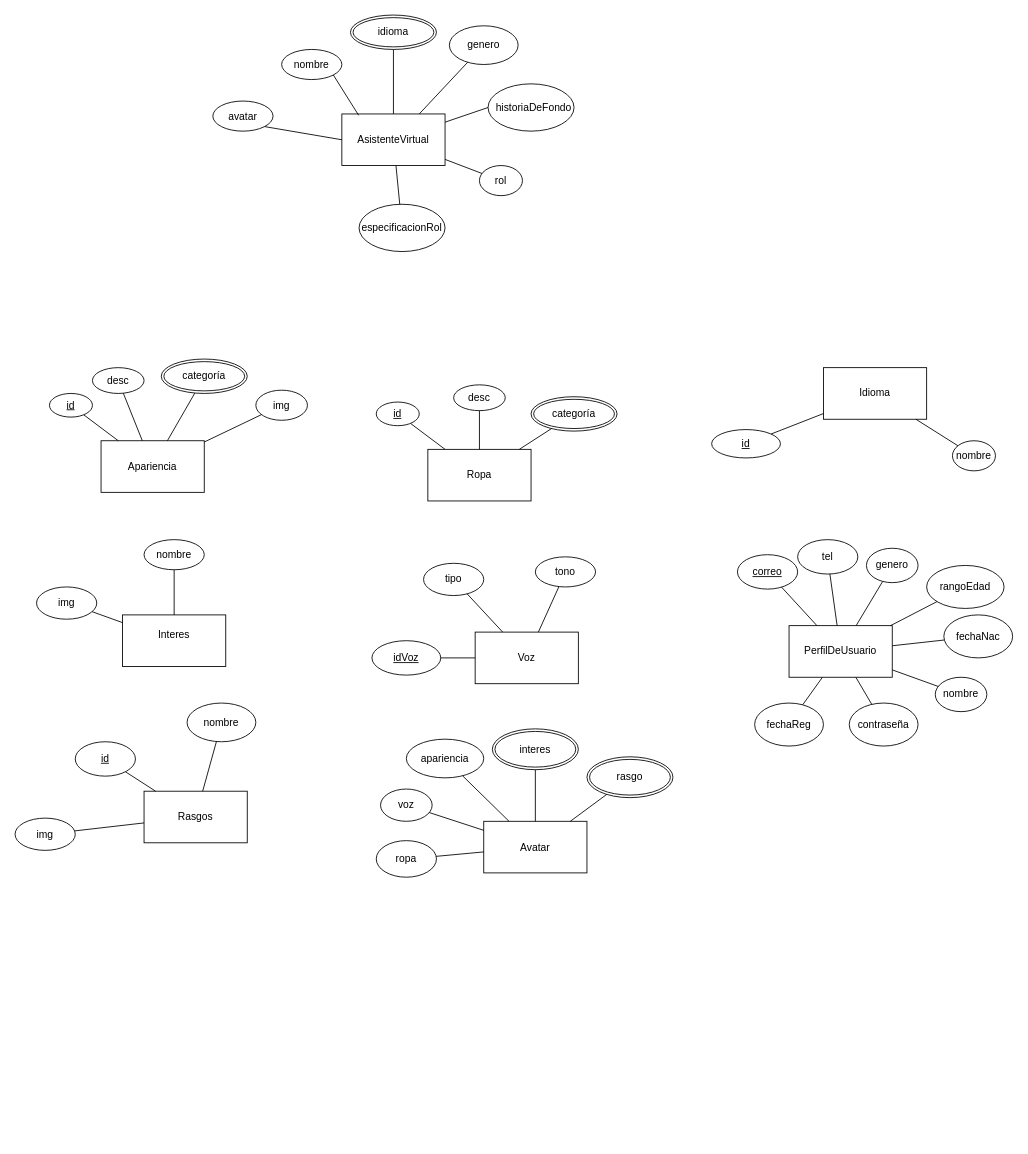
This is Untitled Diagram.drawio from guicod3r/codeFacultad, a draw.io file, before an edit. Source tidied: cells renumbered, new cells numbered last; positions are measured from the earlier drawing's top-left corner, leaving out a move shared by most shapes. Both pictures are drawn from the tidied source at 86%, with x=0, y=0 at pixel (15, 15).
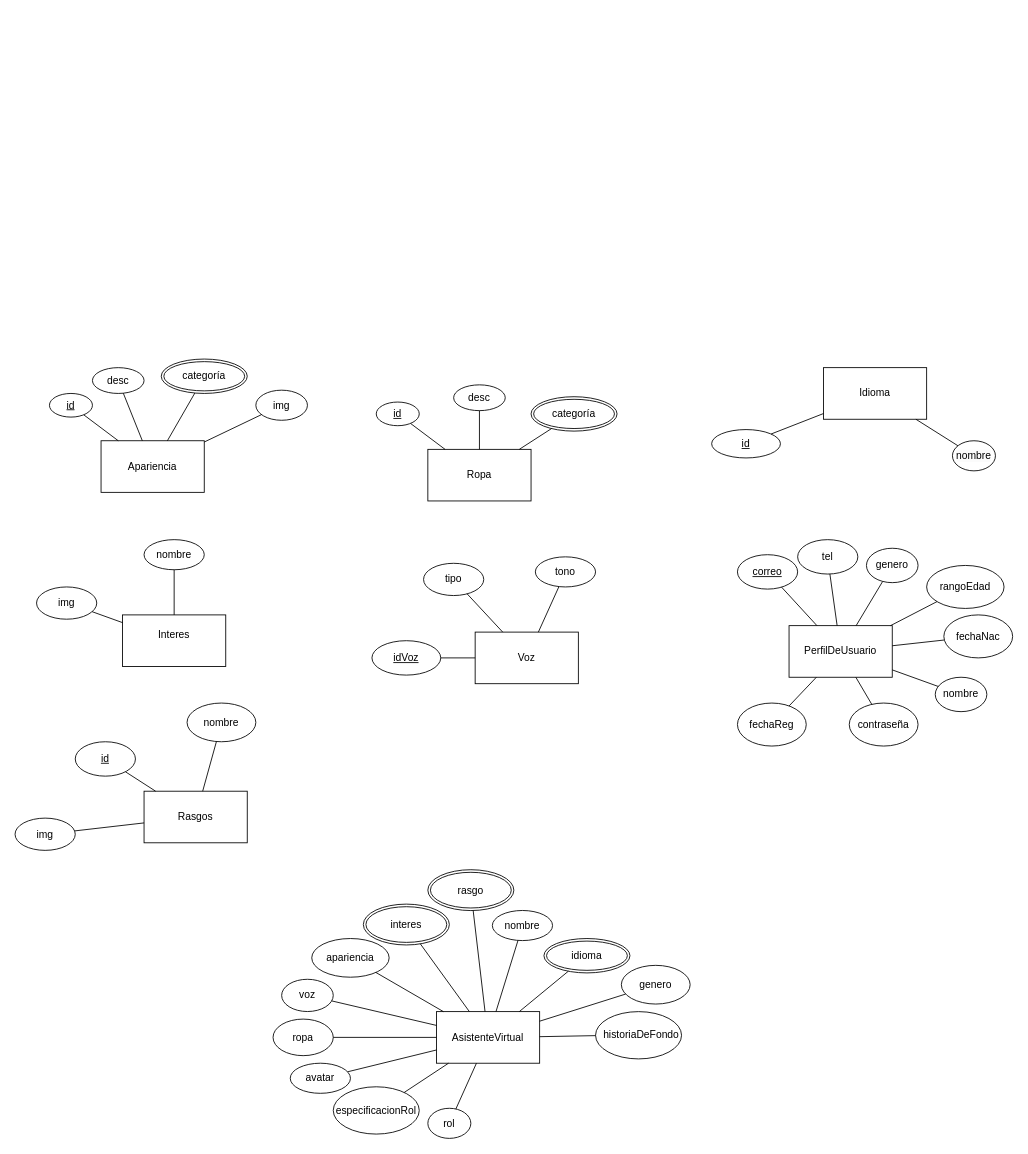
The same diagram, later.

What changed in the source:
```diff
@@
     <mxCell id="7" value="fechaReg" style="ellipse;whiteSpace=wrap;html=1;" parent="1" vertex="1">
-      <mxGeometry x="860" y="800" width="80" height="50" as="geometry" />
+      <mxGeometry x="840" y="800" width="80" height="50" as="geometry" />
     </mxCell>
@@
     <mxCell id="18" value="AsistenteVirtual" style="rounded=0;whiteSpace=wrap;html=1;" parent="1" vertex="1">
-      <mxGeometry x="380" y="115" width="120" height="60" as="geometry" />
+      <mxGeometry x="490" y="1158.8" width="120" height="60" as="geometry" />
     </mxCell>
     <mxCell id="19" value="nombre" style="ellipse;whiteSpace=wrap;html=1;" parent="1" vertex="1">
-      <mxGeometry x="310" y="40" width="70" height="35" as="geometry" />
+      <mxGeometry x="555" y="1041.2" width="70" height="35" as="geometry" />
     </mxCell>
     <mxCell id="20" value="especificacionRol" style="ellipse;whiteSpace=wrap;html=1;" parent="1" vertex="1">
-      <mxGeometry x="400" y="220" width="100" height="55" as="geometry" />
+      <mxGeometry x="370" y="1246.2" width="100" height="55" as="geometry" />
     </mxCell>
     <mxCell id="21" value="rol" style="ellipse;whiteSpace=wrap;html=1;" parent="1" vertex="1">
-      <mxGeometry x="540" y="175" width="50" height="35" as="geometry" />
+      <mxGeometry x="480" y="1271.2" width="50" height="35" as="geometry" />
     </mxCell>
-    <mxCell id="22" style="rounded=0;jettySize=auto;html=1;exitX=1;exitY=1;exitDx=0;exitDy=0;entryX=0;entryY=0.5;entryDx=0;entryDy=0;endArrow=none;endFill=0;" parent="1" edge="1" source="23" target="18">
+    <mxCell id="22" style="rounded=0;jettySize=auto;html=1;endArrow=none;endFill=0;" parent="1" edge="1" source="23" target="18">
       <mxGeometry relative="1" as="geometry" />
     </mxCell>
     <mxCell id="23" value="avatar" style="ellipse;whiteSpace=wrap;html=1;" parent="1" vertex="1">
-      <mxGeometry x="230" y="100" width="70" height="35" as="geometry" />
+      <mxGeometry x="320" y="1218.8" width="70" height="35" as="geometry" />
     </mxCell>
     <mxCell id="24" value="&amp;nbsp; historiaDeFondo" style="ellipse;whiteSpace=wrap;html=1;" parent="1" vertex="1">
-      <mxGeometry x="550" y="80" width="100" height="55" as="geometry" />
+      <mxGeometry x="675" y="1158.8" width="100" height="55" as="geometry" />
     </mxCell>
     <mxCell id="25" value="genero" style="ellipse;whiteSpace=wrap;html=1;" parent="1" vertex="1">
-      <mxGeometry x="505" y="12.5" width="80" height="45" as="geometry" />
+      <mxGeometry x="705" y="1105" width="80" height="45" as="geometry" />
     </mxCell>
-    <mxCell id="26" style="rounded=0;jettySize=auto;html=1;exitX=1;exitY=1;exitDx=0;exitDy=0;entryX=0.163;entryY=0.027;entryDx=0;entryDy=0;entryPerimeter=0;endArrow=none;endFill=0;" parent="1" edge="1" source="19" target="18">
+    <mxCell id="26" style="rounded=0;jettySize=auto;html=1;endArrow=none;endFill=0;" parent="1" edge="1" source="19" target="18">
       <mxGeometry relative="1" as="geometry" />
     </mxCell>
-    <mxCell id="27" style="rounded=0;jettySize=auto;html=1;endArrow=none;endFill=0;entryX=0.75;entryY=0;entryDx=0;entryDy=0;" parent="1" edge="1" source="25" target="18">
+    <mxCell id="27" style="rounded=0;jettySize=auto;html=1;endArrow=none;endFill=0;" parent="1" edge="1" source="25" target="18">
       <mxGeometry relative="1" as="geometry" />
     </mxCell>
-    <mxCell id="28" style="rounded=0;jettySize=auto;html=1;endArrow=none;endFill=0;exitX=0;exitY=0.5;exitDx=0;exitDy=0;" parent="1" edge="1" source="24" target="18">
+    <mxCell id="28" style="rounded=0;jettySize=auto;html=1;endArrow=none;endFill=0;" parent="1" edge="1" source="24" target="18">
       <mxGeometry relative="1" as="geometry" />
     </mxCell>
@@
     <mxCell id="31" value="idioma" style="ellipse;shape=doubleEllipse;margin=3;whiteSpace=wrap;html=1;align=center;" parent="1" vertex="1">
-      <mxGeometry x="390" width="100" height="40" as="geometry" />
+      <mxGeometry x="615" y="1073.8" width="100" height="40" as="geometry" />
     </mxCell>
@@
-    <mxCell id="44" value="Avatar" style="rounded=0;whiteSpace=wrap;html=1;" parent="1" vertex="1">
-      <mxGeometry x="545" y="937.5" width="120" height="60" as="geometry" />
-    </mxCell>
     <mxCell id="45" value="voz" style="ellipse;whiteSpace=wrap;html=1;" parent="1" vertex="1">
-      <mxGeometry x="425" y="900" width="60" height="37.5" as="geometry" />
+      <mxGeometry x="310" y="1121.2" width="60" height="37.5" as="geometry" />
     </mxCell>
     <mxCell id="46" value="apariencia" style="ellipse;whiteSpace=wrap;html=1;" parent="1" vertex="1">
-      <mxGeometry x="455" y="842" width="90" height="45" as="geometry" />
+      <mxGeometry x="345" y="1073.8" width="90" height="45" as="geometry" />
     </mxCell>
     <mxCell id="47" value="ropa" style="ellipse;whiteSpace=wrap;html=1;" parent="1" vertex="1">
-      <mxGeometry x="420" y="960" width="70" height="42.5" as="geometry" />
+      <mxGeometry x="300" y="1167.5" width="70" height="42.5" as="geometry" />
     </mxCell>
-    <mxCell id="48" style="rounded=0;jettySize=auto;html=1;endArrow=none;endFill=0;" parent="1" edge="1" source="44" target="47">
+    <mxCell id="48" style="rounded=0;jettySize=auto;html=1;endArrow=none;endFill=0;" parent="1" edge="1" source="18" target="47">
       <mxGeometry relative="1" as="geometry" />
     </mxCell>
     <mxCell id="49" value="interes" style="ellipse;shape=doubleEllipse;margin=3;whiteSpace=wrap;html=1;align=center;" parent="1" vertex="1">
-      <mxGeometry x="555" y="830" width="100" height="47.5" as="geometry" />
+      <mxGeometry x="405" y="1033.8" width="100" height="47.5" as="geometry" />
     </mxCell>
-    <mxCell id="50" style="rounded=0;jettySize=auto;html=1;endArrow=none;endFill=0;" parent="1" edge="1" source="49" target="44">
+    <mxCell id="50" style="rounded=0;jettySize=auto;html=1;endArrow=none;endFill=0;" parent="1" edge="1" source="49" target="18">
       <mxGeometry relative="1" as="geometry" />
     </mxCell>
-    <mxCell id="51" style="rounded=0;jettySize=auto;html=1;endArrow=none;endFill=0;" parent="1" edge="1" source="46" target="44">
+    <mxCell id="51" style="rounded=0;jettySize=auto;html=1;endArrow=none;endFill=0;" parent="1" edge="1" source="46" target="18">
       <mxGeometry relative="1" as="geometry" />
     </mxCell>
-    <mxCell id="52" style="rounded=0;jettySize=auto;html=1;endArrow=none;endFill=0;" parent="1" edge="1" source="45" target="44">
+    <mxCell id="52" style="rounded=0;jettySize=auto;html=1;endArrow=none;endFill=0;" parent="1" edge="1" source="45" target="18">
       <mxGeometry relative="1" as="geometry" />
     </mxCell>
     <mxCell id="53" value="rasgo" style="ellipse;shape=doubleEllipse;margin=3;whiteSpace=wrap;html=1;align=center;" parent="1" vertex="1">
-      <mxGeometry x="665" y="862.5" width="100" height="47.5" as="geometry" />
+      <mxGeometry x="480" y="993.8" width="100" height="47.5" as="geometry" />
     </mxCell>
-    <mxCell id="54" style="rounded=0;jettySize=auto;html=1;endArrow=none;endFill=0;" parent="1" edge="1" source="53" target="44">
+    <mxCell id="54" style="rounded=0;jettySize=auto;html=1;endArrow=none;endFill=0;" parent="1" edge="1" source="53" target="18">
       <mxGeometry relative="1" as="geometry" />
     </mxCell>
```
